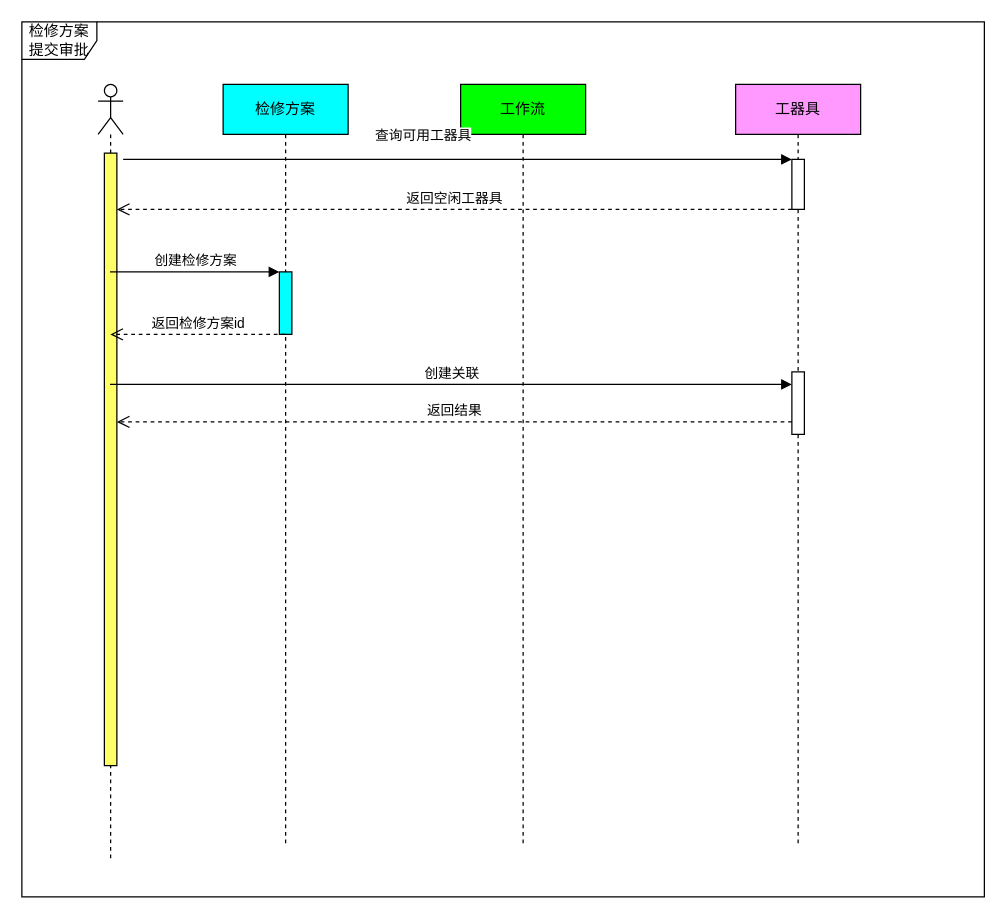
Above: 未命名绘图.drawio in chenzhi666/doc (draw.io), before the change. Source tidied: cells renumbered, new cells numbered last; positions are measured from the earlier drawing's top-left corner, leaving out a move shared by most shapes. Both pictures are drawn from the tidied source at 125%, with x=0, y=0 at pixel (21, 21).
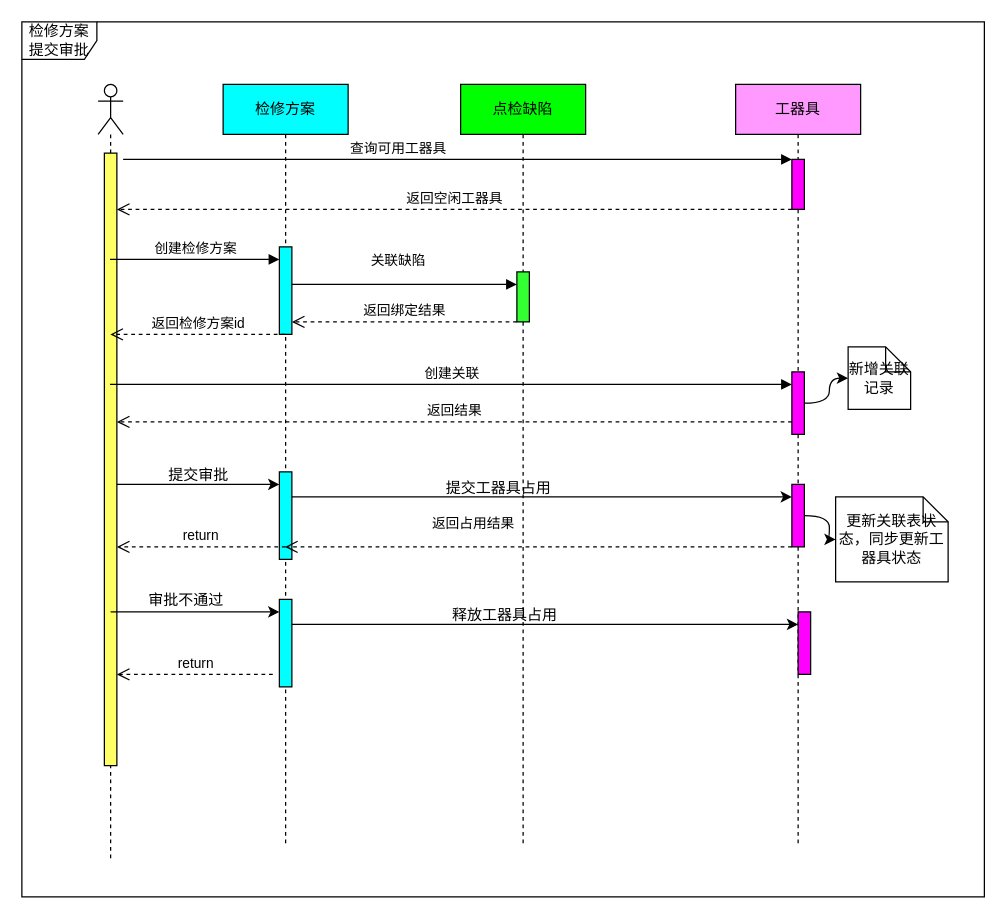
After the change.

Commit message:
检修方案审批.drawio

The change refers to these unchanged cells:
```xml
<mxCell id="3" value="检修方案" style="shape=umlLifeline;perimeter=lifelinePerimeter;whiteSpace=wrap;html=1;outlineConnect=0;portConstraint=eastwest;newEdgeStyle={&quot;edgeStyle&quot;:&quot;elbowEdgeStyle&quot;,&quot;elbow&quot;:&quot;vertical&quot;,&quot;curved&quot;:0,&quot;rounded&quot;:0};fillColor=#00FFFF;" parent="1" vertex="1">
  <mxGeometry x="161" y="50" width="100" height="610" as="geometry" />
</mxCell>
<mxCell id="6" value="工器具" style="shape=umlLifeline;perimeter=lifelinePerimeter;whiteSpace=wrap;html=1;newEdgeStyle={&quot;edgeStyle&quot;:&quot;elbowEdgeStyle&quot;,&quot;elbow&quot;:&quot;vertical&quot;,&quot;curved&quot;:0,&quot;rounded&quot;:0};fillColor=#FF99FF;" parent="1" vertex="1">
  <mxGeometry x="571" y="50" width="100" height="610" as="geometry" />
</mxCell>
<mxCell id="10" style="shape=umlLifeline;perimeter=lifelinePerimeter;whiteSpace=wrap;html=1;outlineConnect=0;portConstraint=eastwest;newEdgeStyle={&quot;edgeStyle&quot;:&quot;elbowEdgeStyle&quot;,&quot;elbow&quot;:&quot;vertical&quot;,&quot;curved&quot;:0,&quot;rounded&quot;:0};participant=umlActor;" parent="1" vertex="1">
  <mxGeometry x="61" y="50" width="20" height="620" as="geometry" />
</mxCell>
<mxCell id="11" style="html=1;points=[];perimeter=orthogonalPerimeter;outlineConnect=0;targetShapes=umlLifeline;portConstraint=eastwest;newEdgeStyle={&quot;edgeStyle&quot;:&quot;elbowEdgeStyle&quot;,&quot;elbow&quot;:&quot;vertical&quot;,&quot;curved&quot;:0,&quot;rounded&quot;:0};fillColor=#FFFF66;" parent="10" vertex="1">
  <mxGeometry x="5" y="55" width="10" height="490" as="geometry" />
</mxCell>
```

Change to the diagram source:
```diff
@@
     <mxCell id="4" style="html=1;points=[];perimeter=orthogonalPerimeter;outlineConnect=0;targetShapes=umlLifeline;portConstraint=eastwest;newEdgeStyle={&quot;edgeStyle&quot;:&quot;elbowEdgeStyle&quot;,&quot;elbow&quot;:&quot;vertical&quot;,&quot;curved&quot;:0,&quot;rounded&quot;:0};fillColor=#00FFFF;" parent="3" vertex="1">
-      <mxGeometry x="45" y="150" width="10" height="50" as="geometry" />
+      <mxGeometry x="45" y="130" width="10" height="70" as="geometry" />
     </mxCell>
+    <mxCell id="17" style="html=1;points=[];perimeter=orthogonalPerimeter;outlineConnect=0;targetShapes=umlLifeline;portConstraint=eastwest;newEdgeStyle={&quot;edgeStyle&quot;:&quot;elbowEdgeStyle&quot;,&quot;elbow&quot;:&quot;vertical&quot;,&quot;curved&quot;:0,&quot;rounded&quot;:0};fillColor=#00FFFF;" parent="3" vertex="1">
+      <mxGeometry x="45" y="310" width="10" height="70" as="geometry" />
+    </mxCell>
+    <mxCell id="18" style="html=1;points=[];perimeter=orthogonalPerimeter;outlineConnect=0;targetShapes=umlLifeline;portConstraint=eastwest;newEdgeStyle={&quot;edgeStyle&quot;:&quot;elbowEdgeStyle&quot;,&quot;elbow&quot;:&quot;vertical&quot;,&quot;curved&quot;:0,&quot;rounded&quot;:0};fillColor=#00FFFF;" parent="3" vertex="1">
+      <mxGeometry x="45" y="412" width="10" height="70" as="geometry" />
+    </mxCell>
-    <mxCell id="5" value="工作流" style="shape=umlLifeline;perimeter=lifelinePerimeter;whiteSpace=wrap;html=1;newEdgeStyle={&quot;edgeStyle&quot;:&quot;elbowEdgeStyle&quot;,&quot;elbow&quot;:&quot;vertical&quot;,&quot;curved&quot;:0,&quot;rounded&quot;:0};fillColor=#00FF00;" parent="1" vertex="1">
+    <mxCell id="5" value="点检缺陷" style="shape=umlLifeline;perimeter=lifelinePerimeter;whiteSpace=wrap;html=1;newEdgeStyle={&quot;edgeStyle&quot;:&quot;elbowEdgeStyle&quot;,&quot;elbow&quot;:&quot;vertical&quot;,&quot;curved&quot;:0,&quot;rounded&quot;:0};fillColor=#00FF00;" parent="1" vertex="1">
       <mxGeometry x="351" y="50" width="100" height="610" as="geometry" />
     </mxCell>
+    <mxCell id="19" style="html=1;points=[];perimeter=orthogonalPerimeter;outlineConnect=0;targetShapes=umlLifeline;portConstraint=eastwest;newEdgeStyle={&quot;edgeStyle&quot;:&quot;elbowEdgeStyle&quot;,&quot;elbow&quot;:&quot;vertical&quot;,&quot;curved&quot;:0,&quot;rounded&quot;:0};fillColor=#33FF33;" parent="5" vertex="1">
+      <mxGeometry x="45" y="150" width="10" height="40" as="geometry" />
+    </mxCell>
@@
-    <mxCell id="7" style="html=1;points=[];perimeter=orthogonalPerimeter;outlineConnect=0;targetShapes=umlLifeline;portConstraint=eastwest;newEdgeStyle={&quot;edgeStyle&quot;:&quot;elbowEdgeStyle&quot;,&quot;elbow&quot;:&quot;vertical&quot;,&quot;curved&quot;:0,&quot;rounded&quot;:0};" parent="6" vertex="1">
+    <mxCell id="7" style="html=1;points=[];perimeter=orthogonalPerimeter;outlineConnect=0;targetShapes=umlLifeline;portConstraint=eastwest;newEdgeStyle={&quot;edgeStyle&quot;:&quot;elbowEdgeStyle&quot;,&quot;elbow&quot;:&quot;vertical&quot;,&quot;curved&quot;:0,&quot;rounded&quot;:0};fillColor=#FF00FF;" parent="6" vertex="1">
       <mxGeometry x="45" y="60" width="10" height="40" as="geometry" />
     </mxCell>
     <mxCell id="8" value="查询可用工器具" style="html=1;verticalAlign=bottom;endArrow=block;edgeStyle=elbowEdgeStyle;elbow=vertical;curved=0;rounded=0;" parent="6" edge="1" target="7">
-      <mxGeometry x="-0.55" y="-10" relative="1" as="geometry">
+      <mxGeometry x="-0.51" relative="1" as="geometry">
         <mxPoint x="-25" y="60" as="sourcePoint" />
         <Array as="points">
           <mxPoint x="-490" y="60" />
         </Array>
       </mxGeometry>
     </mxCell>
-    <mxCell id="9" style="html=1;points=[];perimeter=orthogonalPerimeter;outlineConnect=0;targetShapes=umlLifeline;portConstraint=eastwest;newEdgeStyle={&quot;edgeStyle&quot;:&quot;elbowEdgeStyle&quot;,&quot;elbow&quot;:&quot;vertical&quot;,&quot;curved&quot;:0,&quot;rounded&quot;:0};" parent="6" vertex="1">
+    <mxCell id="9" style="html=1;points=[];perimeter=orthogonalPerimeter;outlineConnect=0;targetShapes=umlLifeline;portConstraint=eastwest;newEdgeStyle={&quot;edgeStyle&quot;:&quot;elbowEdgeStyle&quot;,&quot;elbow&quot;:&quot;vertical&quot;,&quot;curved&quot;:0,&quot;rounded&quot;:0};fillColor=#FF00FF;" parent="6" vertex="1">
       <mxGeometry x="45" y="230" width="10" height="50" as="geometry" />
     </mxCell>
+    <mxCell id="20" style="html=1;points=[];perimeter=orthogonalPerimeter;outlineConnect=0;targetShapes=umlLifeline;portConstraint=eastwest;newEdgeStyle={&quot;edgeStyle&quot;:&quot;elbowEdgeStyle&quot;,&quot;elbow&quot;:&quot;vertical&quot;,&quot;curved&quot;:0,&quot;rounded&quot;:0};fillColor=#FF00FF;" parent="6" vertex="1">
+      <mxGeometry x="45" y="320" width="10" height="50" as="geometry" />
+    </mxCell>
@@
     <mxCell id="13" value="创建检修方案" style="html=1;verticalAlign=bottom;endArrow=block;edgeStyle=elbowEdgeStyle;elbow=vertical;curved=0;rounded=0;" parent="1" edge="1" source="10" target="4">
       <mxGeometry relative="1" as="geometry">
         <Array as="points">
+          <mxPoint x="151" y="190" />
           <mxPoint x="131" y="200" />
           <mxPoint x="144" y="210" />
         </Array>
       </mxGeometry>
     </mxCell>
@@
+    <mxCell id="21" style="edgeStyle=elbowEdgeStyle;rounded=0;jettySize=auto;html=1;elbow=vertical;curved=0;" parent="1" edge="1" source="11" target="17">
+      <mxGeometry relative="1" as="geometry">
+        <Array as="points">
+          <mxPoint x="151" y="370" />
+        </Array>
+      </mxGeometry>
+    </mxCell>
+    <mxCell id="22" value="提交审批" style="text;html=1;align=center;verticalAlign=middle;strokeColor=none;fillColor=none;" parent="1" vertex="1">
+      <mxGeometry x="106" y="348" width="70" height="30" as="geometry" />
+    </mxCell>
+    <mxCell id="23" value="返回绑定结果" style="html=1;verticalAlign=bottom;endArrow=open;dashed=1;endSize=8;edgeStyle=elbowEdgeStyle;elbow=vertical;curved=0;rounded=0;" parent="1" edge="1" source="19" target="4">
+      <mxGeometry relative="1" as="geometry">
+        <Array as="points">
+          <mxPoint x="306" y="240" />
+        </Array>
+      </mxGeometry>
+    </mxCell>
+    <mxCell id="24" value="关联缺陷" style="html=1;verticalAlign=bottom;endArrow=block;edgeStyle=elbowEdgeStyle;elbow=vertical;curved=0;rounded=0;" parent="1" edge="1" source="4" target="19">
+      <mxGeometry x="-0.06" y="10" relative="1" as="geometry">
+        <Array as="points">
+          <mxPoint x="311" y="210" />
+        </Array>
+      </mxGeometry>
+    </mxCell>
+    <mxCell id="25" style="edgeStyle=elbowEdgeStyle;rounded=0;jettySize=auto;html=1;elbow=vertical;curved=0;" parent="1" edge="1" source="17" target="20">
+      <mxGeometry relative="1" as="geometry">
+        <Array as="points">
+          <mxPoint x="511" y="380" />
+        </Array>
+      </mxGeometry>
+    </mxCell>
+    <mxCell id="26" value="提交工器具占用" style="text;html=1;align=center;verticalAlign=middle;strokeColor=none;fillColor=none;" parent="1" vertex="1">
+      <mxGeometry x="326" y="358" width="110" height="30" as="geometry" />
+    </mxCell>
+    <mxCell id="27" value="返回占用结果" style="html=1;verticalAlign=bottom;endArrow=open;dashed=1;endSize=8;edgeStyle=elbowEdgeStyle;elbow=vertical;curved=0;rounded=0;" parent="1" edge="1" source="20" target="3">
+      <mxGeometry x="0.26" y="-10" relative="1" as="geometry">
+        <Array as="points">
+          <mxPoint x="431" y="420" />
+        </Array>
+      </mxGeometry>
+    </mxCell>
+    <mxCell id="28" value="更新关联表状态，同步更新工器具状态" style="shape=note;size=20;whiteSpace=wrap;html=1;" parent="1" vertex="1">
+      <mxGeometry x="651" y="380" width="90" height="68" as="geometry" />
+    </mxCell>
+    <mxCell id="29" style="edgeStyle=orthogonalEdgeStyle;rounded=0;jettySize=auto;html=1;elbow=vertical;curved=1;entryX=0;entryY=0.5;entryDx=0;entryDy=0;entryPerimeter=0;" parent="1" edge="1" source="20" target="28">
+      <mxGeometry relative="1" as="geometry" />
+    </mxCell>
+    <mxCell id="30" value="新增关联记录" style="shape=note;size=20;whiteSpace=wrap;html=1;" parent="1" vertex="1">
+      <mxGeometry x="661" y="260" width="50" height="50" as="geometry" />
+    </mxCell>
+    <mxCell id="31" style="edgeStyle=orthogonalEdgeStyle;rounded=0;jettySize=auto;html=1;elbow=vertical;curved=1;entryX=0;entryY=0.5;entryDx=0;entryDy=0;entryPerimeter=0;" parent="1" edge="1" source="9" target="30">
+      <mxGeometry relative="1" as="geometry" />
+    </mxCell>
+    <mxCell id="32" style="html=1;points=[];perimeter=orthogonalPerimeter;outlineConnect=0;targetShapes=umlLifeline;portConstraint=eastwest;newEdgeStyle={&quot;edgeStyle&quot;:&quot;elbowEdgeStyle&quot;,&quot;elbow&quot;:&quot;vertical&quot;,&quot;curved&quot;:0,&quot;rounded&quot;:0};fillColor=#FF00FF;" parent="1" vertex="1">
+      <mxGeometry x="621" y="472" width="10" height="50" as="geometry" />
+    </mxCell>
+    <mxCell id="33" style="edgeStyle=elbowEdgeStyle;rounded=0;jettySize=auto;html=1;elbow=vertical;curved=0;exitX=0.5;exitY=0.749;exitDx=0;exitDy=0;exitPerimeter=0;" parent="1" edge="1" source="11" target="18">
+      <mxGeometry relative="1" as="geometry">
+        <Array as="points">
+          <mxPoint x="156" y="472" />
+        </Array>
+      </mxGeometry>
+    </mxCell>
+    <mxCell id="34" style="edgeStyle=elbowEdgeStyle;rounded=0;jettySize=auto;html=1;elbow=vertical;curved=0;" parent="1" edge="1" source="18" target="32">
+      <mxGeometry relative="1" as="geometry">
+        <Array as="points">
+          <mxPoint x="516" y="482" />
+        </Array>
+      </mxGeometry>
+    </mxCell>
+    <mxCell id="35" value="释放工器具占用" style="text;html=1;align=center;verticalAlign=middle;strokeColor=none;fillColor=none;" parent="1" vertex="1">
+      <mxGeometry x="331" y="460" width="110" height="30" as="geometry" />
+    </mxCell>
+    <mxCell id="36" value="return" style="html=1;verticalAlign=bottom;endArrow=open;dashed=1;endSize=8;edgeStyle=elbowEdgeStyle;elbow=vertical;curved=0;rounded=0;" parent="1" edge="1" target="11">
+      <mxGeometry relative="1" as="geometry">
+        <mxPoint x="211" y="420" as="sourcePoint" />
+      </mxGeometry>
+    </mxCell>
+    <mxCell id="37" value="return" style="html=1;verticalAlign=bottom;endArrow=open;dashed=1;endSize=8;edgeStyle=elbowEdgeStyle;elbow=vertical;curved=0;rounded=0;" parent="1" edge="1" target="11">
+      <mxGeometry relative="1" as="geometry">
+        <mxPoint x="200.7" y="522" as="sourcePoint" />
+      </mxGeometry>
+    </mxCell>
+    <mxCell id="38" value="审批不通过" style="text;html=1;align=center;verticalAlign=middle;strokeColor=none;fillColor=none;" parent="1" vertex="1">
+      <mxGeometry x="91" y="448" width="80" height="30" as="geometry" />
+    </mxCell>
```
